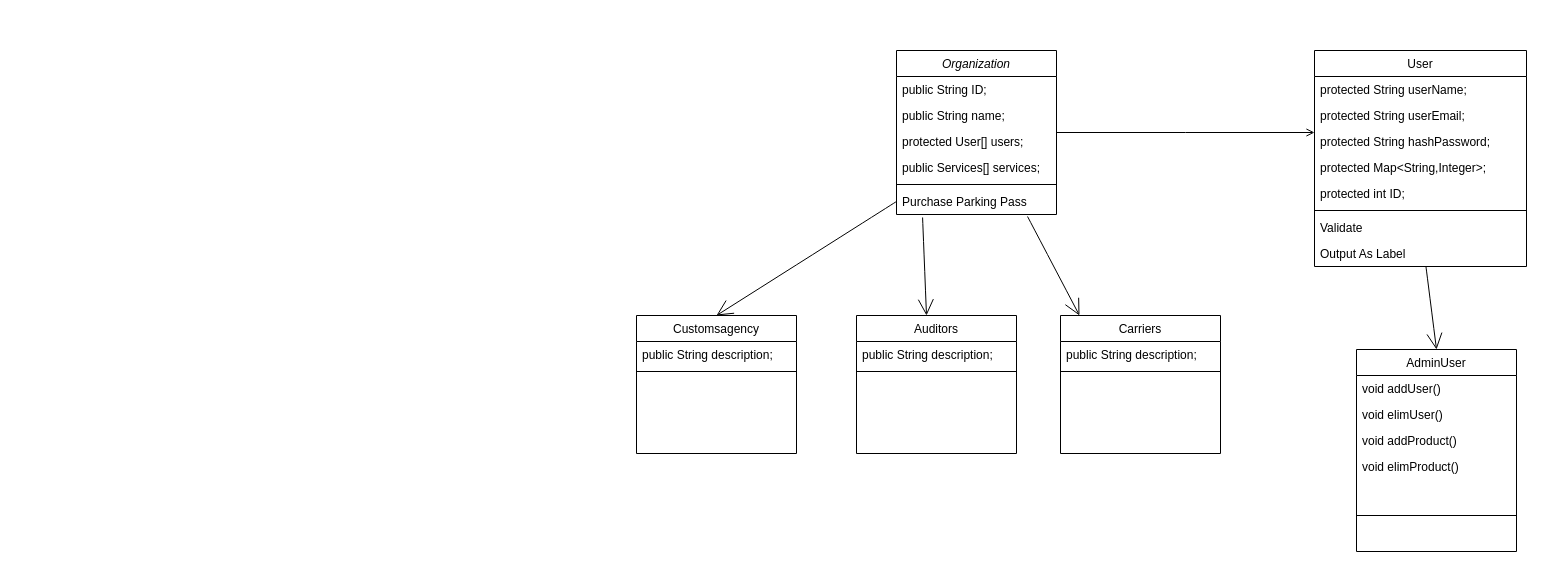
Above: ClassDiagramLP3_project.drawio in MMonzon00/LP3_Backend_java (draw.io), before the change. Source tidied: cells renumbered, new cells numbered last; positions are measured from the earlier drawing's top-left corner, leaving out a move shared by most shapes. Both pictures are drawn from the tidied source at 100%, with x=0, y=0 at pixel (636, 50).
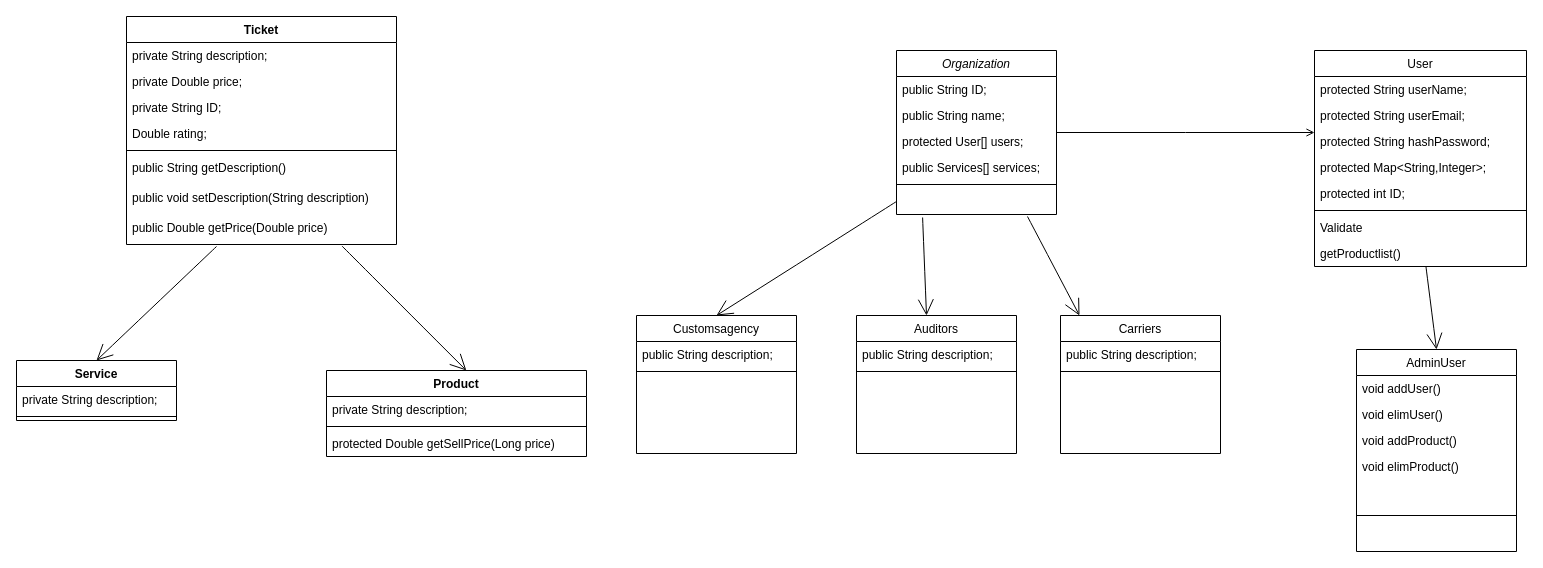
The same diagram, later.

Unchanged cells that the change refers to:
```xml
<mxCell id="4" value="Organization" style="swimlane;fontStyle=2;align=center;verticalAlign=top;horizontal=1;startSize=26;rounded=0;shadow=0;strokeWidth=1;" parent="1" vertex="1">
  <mxGeometry x="260" width="160" height="164" as="geometry" />
</mxCell>
<mxCell id="11" value="Customsagency" style="swimlane;fontStyle=0;align=center;verticalAlign=top;horizontal=1;startSize=26;rounded=0;shadow=0;strokeWidth=1;" parent="1" vertex="1">
  <mxGeometry y="265" width="160" height="138" as="geometry" />
</mxCell>
<mxCell id="14" value="AdminUser" style="swimlane;fontStyle=0;align=center;verticalAlign=top;horizontal=1;startSize=26;rounded=0;shadow=0;strokeWidth=1;" parent="1" vertex="1">
  <mxGeometry x="720" y="299" width="160" height="202" as="geometry" />
</mxCell>
<mxCell id="20" value="User" style="swimlane;fontStyle=0;align=center;verticalAlign=top;horizontal=1;startSize=26;rounded=0;shadow=0;strokeWidth=1;" parent="1" vertex="1">
  <mxGeometry x="678" width="212" height="216" as="geometry" />
</mxCell>
```

The edit, as a diff of the source:
```diff
@@
-    <mxCell id="2" style="edgeStyle=none;curved=1;rounded=0;jettySize=auto;html=1;fontSize=12;endArrow=open;startSize=14;endSize=14;sourcePerimeterSpacing=8;targetPerimeterSpacing=8;entryX=0.5;entryY=0;entryDx=0;entryDy=0;exitX=0.526;exitY=1.015;exitDx=0;exitDy=0;exitPerimeter=0;" parent="1" edge="1" source="28" target="14">
-      <mxGeometry relative="1" as="geometry" />
+    <mxCell id="2" style="edgeStyle=none;curved=1;rounded=0;jettySize=auto;html=1;fontSize=12;endArrow=open;startSize=14;endSize=14;sourcePerimeterSpacing=8;targetPerimeterSpacing=8;entryX=0.5;entryY=0;entryDx=0;entryDy=0;exitX=0.526;exitY=1.015;exitDx=0;exitDy=0;exitPerimeter=0;" parent="1" edge="1" target="14">
+      <mxGeometry relative="1" as="geometry">
+        <mxPoint x="789.5" y="216.4" as="sourcePoint" />
+      </mxGeometry>
     </mxCell>
-    <mxCell id="3" style="edgeStyle=none;curved=1;rounded=0;jettySize=auto;html=1;entryX=0.5;entryY=0;entryDx=0;entryDy=0;fontSize=12;endArrow=open;startSize=14;endSize=14;sourcePerimeterSpacing=8;targetPerimeterSpacing=8;exitX=0;exitY=0.5;exitDx=0;exitDy=0;" parent="1" edge="1" source="10" target="11">
-      <mxGeometry relative="1" as="geometry" />
+    <mxCell id="3" style="edgeStyle=none;curved=1;rounded=0;jettySize=auto;html=1;entryX=0.5;entryY=0;entryDx=0;entryDy=0;fontSize=12;endArrow=open;startSize=14;endSize=14;sourcePerimeterSpacing=8;targetPerimeterSpacing=8;exitX=0;exitY=0.5;exitDx=0;exitDy=0;" parent="1" edge="1" target="11">
+      <mxGeometry relative="1" as="geometry">
+        <mxPoint x="260" y="151" as="sourcePoint" />
+      </mxGeometry>
     </mxCell>
@@
-    <mxCell id="10" value="Purchase Parking Pass" style="text;align=left;verticalAlign=top;spacingLeft=4;spacingRight=4;overflow=hidden;points=[[0,0.5],[1,0.5]];portConstraint=eastwest;" parent="4" vertex="1">
-      <mxGeometry y="138" width="160" height="26" as="geometry" />
-    </mxCell>
@@
-    <mxCell id="28" value="Output As Label" style="text;align=left;verticalAlign=top;spacingLeft=4;spacingRight=4;overflow=hidden;points=[[0,0.5],[1,0.5]];portConstraint=eastwest;" parent="20" vertex="1">
-      <mxGeometry y="190" width="212" height="26" as="geometry" />
-    </mxCell>
+    <mxCell id="38" value="getProductlist()" style="text;align=left;verticalAlign=top;spacingLeft=4;spacingRight=4;overflow=hidden;" parent="20" vertex="1">
+      <mxGeometry y="190" width="212" height="26" as="geometry" />
+    </mxCell>
@@
-    <mxCell id="30" style="edgeStyle=none;curved=1;rounded=0;jettySize=auto;html=1;entryX=0.5;entryY=0;entryDx=0;entryDy=0;fontSize=12;endArrow=open;startSize=14;endSize=14;sourcePerimeterSpacing=8;targetPerimeterSpacing=8;exitX=0.163;exitY=1.115;exitDx=0;exitDy=0;exitPerimeter=0;" parent="1" edge="1" source="10">
+    <mxCell id="30" style="edgeStyle=none;curved=1;rounded=0;orthogonalLoop=1;jettySize=auto;html=1;entryX=0.5;entryY=0;entryDx=0;entryDy=0;fontSize=12;endArrow=open;startSize=14;endSize=14;sourcePerimeterSpacing=8;targetPerimeterSpacing=8;exitX=0.163;exitY=1.115;exitDx=0;exitDy=0;exitPerimeter=0;" parent="1" edge="1">
       <mxGeometry relative="1" as="geometry">
+        <mxPoint x="286.1" y="167" as="sourcePoint" />
         <mxPoint x="290" y="265" as="targetPoint" />
       </mxGeometry>
     </mxCell>
-    <mxCell id="31" style="edgeStyle=none;curved=1;rounded=0;jettySize=auto;html=1;entryX=0.206;entryY=0;entryDx=0;entryDy=0;fontSize=12;endArrow=open;startSize=14;endSize=14;sourcePerimeterSpacing=8;targetPerimeterSpacing=8;exitX=0.819;exitY=1.077;exitDx=0;exitDy=0;exitPerimeter=0;entryPerimeter=0;" parent="1" edge="1" source="10">
+    <mxCell id="31" style="edgeStyle=none;curved=1;rounded=0;orthogonalLoop=1;jettySize=auto;html=1;entryX=0.206;entryY=0;entryDx=0;entryDy=0;fontSize=12;endArrow=open;startSize=14;endSize=14;sourcePerimeterSpacing=8;targetPerimeterSpacing=8;exitX=0.819;exitY=1.077;exitDx=0;exitDy=0;exitPerimeter=0;entryPerimeter=0;" parent="1" edge="1">
       <mxGeometry relative="1" as="geometry">
+        <mxPoint x="391" y="166" as="sourcePoint" />
         <mxPoint x="443" y="265" as="targetPoint" />
       </mxGeometry>
     </mxCell>
@@
+    <mxCell id="39" value="Service" style="swimlane;fontStyle=1;align=center;verticalAlign=top;horizontal=1;startSize=26;" parent="1" vertex="1">
+      <mxGeometry x="-620" y="310" width="160" height="60" as="geometry" />
+    </mxCell>
+    <mxCell id="40" value="private String description;" style="text;strokeColor=none;fillColor=none;align=left;verticalAlign=top;spacingLeft=4;spacingRight=4;overflow=hidden;" parent="39" vertex="1">
+      <mxGeometry y="26" width="160" height="26" as="geometry" />
+    </mxCell>
+    <mxCell id="41" style="line;strokeWidth=1;fillColor=none;align=left;verticalAlign=middle;spacingTop=-1;spacingLeft=3;spacingRight=3;labelPosition=right;strokeColor=inherit;" parent="39" vertex="1">
+      <mxGeometry y="52" width="160" height="8" as="geometry" />
+    </mxCell>
+    <mxCell id="42" value="Product" style="swimlane;fontStyle=1;align=center;verticalAlign=top;horizontal=1;startSize=26;" parent="1" vertex="1">
+      <mxGeometry x="-310" y="320" width="260" height="86" as="geometry" />
+    </mxCell>
+    <mxCell id="43" value="private String description;&#10;" style="text;strokeColor=none;fillColor=none;align=left;verticalAlign=top;spacingLeft=4;spacingRight=4;overflow=hidden;" parent="42" vertex="1">
+      <mxGeometry y="26" width="260" height="26" as="geometry" />
+    </mxCell>
+    <mxCell id="44" style="line;strokeWidth=1;fillColor=none;align=left;verticalAlign=middle;spacingTop=-1;spacingLeft=3;spacingRight=3;labelPosition=right;strokeColor=inherit;" parent="42" vertex="1">
+      <mxGeometry y="52" width="260" height="8" as="geometry" />
+    </mxCell>
+    <mxCell id="45" value="protected Double getSellPrice(Long price) " style="text;strokeColor=none;fillColor=none;align=left;verticalAlign=top;spacingLeft=4;spacingRight=4;overflow=hidden;" parent="42" vertex="1">
+      <mxGeometry y="60" width="260" height="26" as="geometry" />
+    </mxCell>
+    <mxCell id="46" value="Ticket" style="swimlane;fontStyle=1;align=center;verticalAlign=top;horizontal=1;startSize=26;" parent="1" vertex="1">
+      <mxGeometry x="-510" y="-34" width="270" height="228" as="geometry" />
+    </mxCell>
+    <mxCell id="47" value="private String description;&#10;" style="text;strokeColor=none;fillColor=none;align=left;verticalAlign=top;spacingLeft=4;spacingRight=4;overflow=hidden;" parent="46" vertex="1">
+      <mxGeometry y="26" width="270" height="26" as="geometry" />
+    </mxCell>
+    <mxCell id="48" value="private Double price;&#10;" style="text;strokeColor=none;fillColor=none;align=left;verticalAlign=top;spacingLeft=4;spacingRight=4;overflow=hidden;" parent="46" vertex="1">
+      <mxGeometry y="52" width="270" height="26" as="geometry" />
+    </mxCell>
+    <mxCell id="49" value=" private String ID;&#10;" style="text;strokeColor=none;fillColor=none;align=left;verticalAlign=top;spacingLeft=4;spacingRight=4;overflow=hidden;" parent="46" vertex="1">
+      <mxGeometry y="78" width="270" height="26" as="geometry" />
+    </mxCell>
+    <mxCell id="50" value=" Double rating;&#10;" style="text;strokeColor=none;fillColor=none;align=left;verticalAlign=top;spacingLeft=4;spacingRight=4;overflow=hidden;" parent="46" vertex="1">
+      <mxGeometry y="104" width="270" height="26" as="geometry" />
+    </mxCell>
+    <mxCell id="51" style="line;strokeWidth=1;fillColor=none;align=left;verticalAlign=middle;spacingTop=-1;spacingLeft=3;spacingRight=3;labelPosition=right;strokeColor=inherit;" parent="46" vertex="1">
+      <mxGeometry y="130" width="270" height="8" as="geometry" />
+    </mxCell>
+    <mxCell id="52" value=" public String getDescription() &#10;" style="text;strokeColor=none;fillColor=none;align=left;verticalAlign=top;spacingLeft=4;spacingRight=4;overflow=hidden;" parent="46" vertex="1">
+      <mxGeometry y="138" width="270" height="30" as="geometry" />
+    </mxCell>
+    <mxCell id="53" value=" public void setDescription(String description)&#10;" style="text;strokeColor=none;fillColor=none;align=left;verticalAlign=top;spacingLeft=4;spacingRight=4;overflow=hidden;" parent="46" vertex="1">
+      <mxGeometry y="168" width="270" height="30" as="geometry" />
+    </mxCell>
+    <mxCell id="54" value=" public Double getPrice(Double price)&#10;" style="text;strokeColor=none;fillColor=none;align=left;verticalAlign=top;spacingLeft=4;spacingRight=4;overflow=hidden;points=[[0,0.5],[1,0.5]];portConstraint=eastwest;" parent="46" vertex="1">
+      <mxGeometry y="198" width="270" height="30" as="geometry" />
+    </mxCell>
+    <mxCell id="55" style="edgeStyle=none;curved=1;rounded=0;jettySize=auto;html=1;entryX=0.5;entryY=0;entryDx=0;entryDy=0;fontSize=12;endArrow=open;startSize=14;endSize=14;sourcePerimeterSpacing=8;targetPerimeterSpacing=8;exitX=0;exitY=0.5;exitDx=0;exitDy=0;" parent="1" edge="1" target="39">
+      <mxGeometry relative="1" as="geometry">
+        <mxPoint x="-420" y="196" as="sourcePoint" />
+      </mxGeometry>
+    </mxCell>
+    <mxCell id="56" style="edgeStyle=none;curved=1;rounded=0;jettySize=auto;html=1;entryX=0.538;entryY=0;entryDx=0;entryDy=0;fontSize=12;endArrow=open;startSize=14;endSize=14;sourcePerimeterSpacing=8;targetPerimeterSpacing=8;exitX=0.798;exitY=1.05;exitDx=0;exitDy=0;entryPerimeter=0;exitPerimeter=0;" parent="1" edge="1" source="54" target="42">
+      <mxGeometry relative="1" as="geometry" />
+    </mxCell>
```
